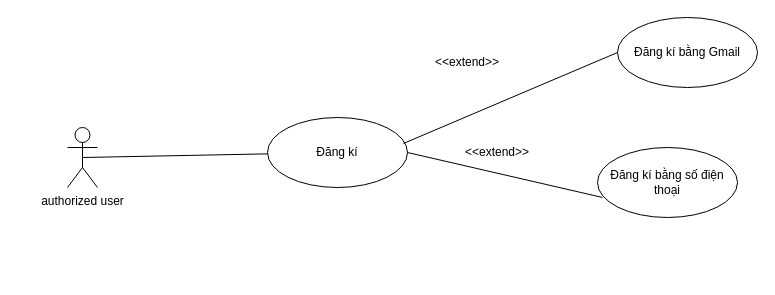
lethanhdathust/chat_app keeps this draw.io diagram as page "Page-5" (5 of 6) of Untitled Diagram.drawio. Above is the earlier version. Source tidied: cells renumbered, new cells numbered last; positions are measured from the earlier drawing's top-left corner, leaving out a move shared by most shapes. Both pictures are drawn from the tidied source at 100%, with x=0, y=0 at pixel (67, 17).
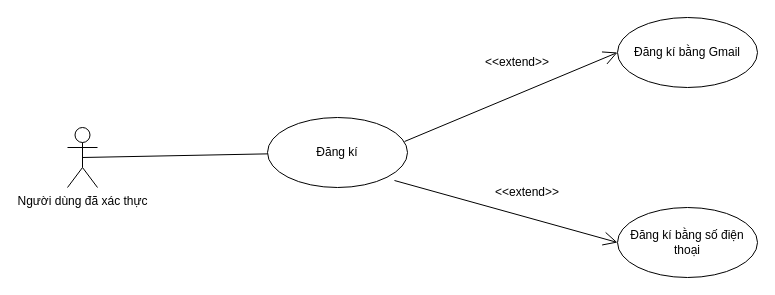
Above is the later version.

What changed in the source:
```diff
@@
 <mxGraphModel>
   <root>
     <mxCell id="0" />
     <mxCell id="1" parent="0" />
-    <mxCell id="2" value="authorized user" style="shape=umlActor;verticalLabelPosition=bottom;verticalAlign=top;html=1;" parent="1" vertex="1">
+    <mxCell id="2" value="Người dùng đã xác thực" style="shape=umlActor;verticalLabelPosition=bottom;verticalAlign=top;html=1;" parent="1" vertex="1">
       <mxGeometry y="110" width="30" height="60" as="geometry" />
     </mxCell>
     <mxCell id="3" value="Đăng kí" style="ellipse;whiteSpace=wrap;html=1;" parent="1" vertex="1">
       <mxGeometry x="200" y="100" width="140" height="70" as="geometry" />
     </mxCell>
     <mxCell id="4" style="endArrow=none;html=1;rounded=0;exitX=0.5;exitY=0.5;exitDx=0;exitDy=0;exitPerimeter=0;" parent="1" edge="1" source="2" target="3">
       <mxGeometry relative="1" as="geometry" />
     </mxCell>
     <mxCell id="5" value="Đăng kí bằng số điện thoại" style="ellipse;whiteSpace=wrap;html=1;" parent="1" vertex="1">
-      <mxGeometry x="530" y="130" width="140" height="70" as="geometry" />
+      <mxGeometry x="550" y="190" width="140" height="70" as="geometry" />
     </mxCell>
-    <mxCell id="6" style="endArrow=none;html=1;rounded=0;entryX=0.036;entryY=0.714;entryDx=0;entryDy=0;entryPerimeter=0;exitX=1;exitY=0.5;exitDx=0;exitDy=0;" parent="1" edge="1" source="3" target="5">
-      <mxGeometry relative="1" as="geometry" />
-    </mxCell>
     <mxCell id="7" value="&amp;lt;&amp;lt;extend&amp;gt;&amp;gt;" style="text;html=1;strokeColor=none;fillColor=none;align=center;verticalAlign=middle;whiteSpace=wrap;rounded=0;" parent="1" vertex="1">
-      <mxGeometry x="400" y="120" width="60" height="30" as="geometry" />
+      <mxGeometry x="430" y="160" width="60" height="30" as="geometry" />
     </mxCell>
     <mxCell id="8" value="Đăng kí bằng Gmail" style="ellipse;whiteSpace=wrap;html=1;" parent="1" vertex="1">
       <mxGeometry x="550" width="140" height="70" as="geometry" />
     </mxCell>
+    <mxCell id="10" value="&amp;lt;&amp;lt;extend&amp;gt;&amp;gt;" style="text;html=1;strokeColor=none;fillColor=none;align=center;verticalAlign=middle;whiteSpace=wrap;rounded=0;" parent="1" vertex="1">
+      <mxGeometry x="420" y="30" width="60" height="30" as="geometry" />
+    </mxCell>
-    <mxCell id="9" style="endArrow=none;html=1;rounded=0;entryX=0;entryY=0.5;entryDx=0;entryDy=0;exitX=0.971;exitY=0.371;exitDx=0;exitDy=0;exitPerimeter=0;" parent="1" edge="1" source="3" target="8">
+    <mxCell id="9" style="endArrow=open;endFill=1;endSize=12;html=1;rounded=0;exitX=0.979;exitY=0.343;exitDx=0;exitDy=0;exitPerimeter=0;entryX=0;entryY=0.5;entryDx=0;entryDy=0;" parent="1" edge="1" source="3" target="8">
       <mxGeometry relative="1" as="geometry" />
     </mxCell>
-    <mxCell id="10" value="&amp;lt;&amp;lt;extend&amp;gt;&amp;gt;" style="text;html=1;strokeColor=none;fillColor=none;align=center;verticalAlign=middle;whiteSpace=wrap;rounded=0;" parent="1" vertex="1">
-      <mxGeometry x="370" y="30" width="60" height="30" as="geometry" />
-    </mxCell>
+    <mxCell id="6" style="endArrow=open;endFill=1;endSize=12;html=1;rounded=0;exitX=0.907;exitY=0.9;exitDx=0;exitDy=0;exitPerimeter=0;entryX=0;entryY=0.5;entryDx=0;entryDy=0;" parent="1" edge="1" source="3" target="5">
+      <mxGeometry relative="1" as="geometry" />
+    </mxCell>
   </root>
 </mxGraphModel>
```
